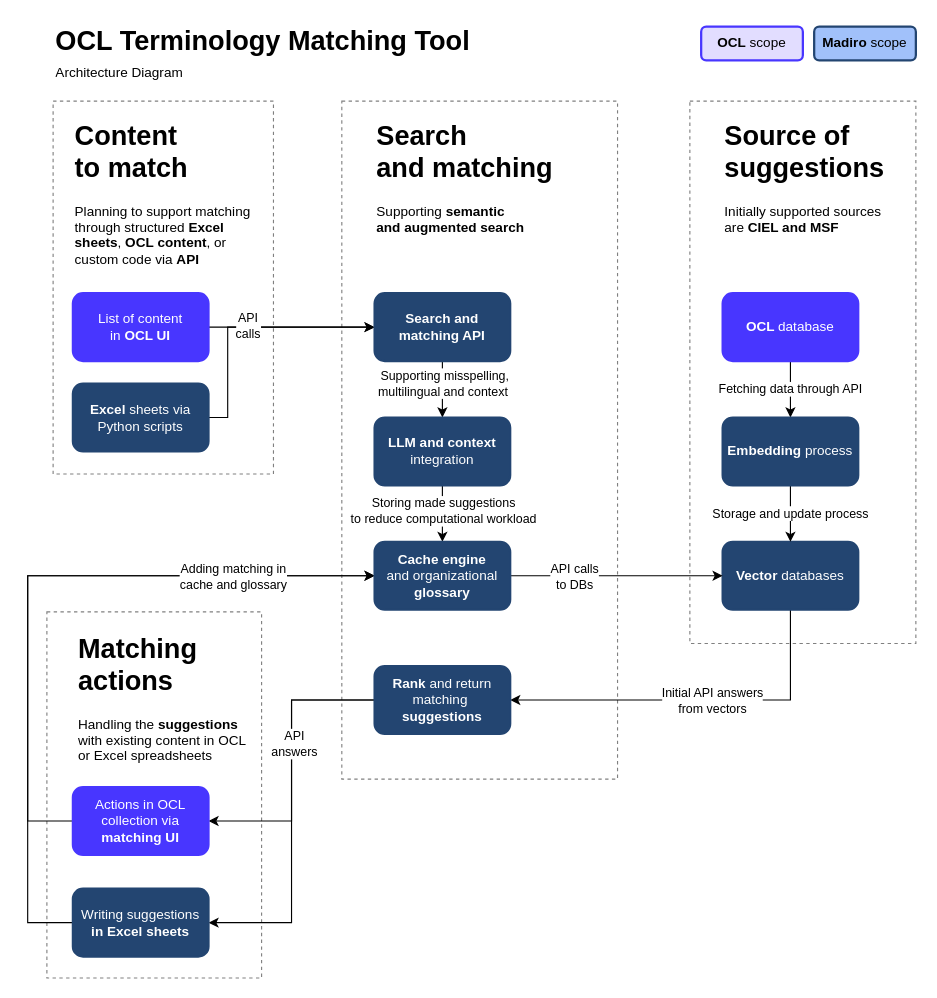
Above: TerminologyMatchingAI.drawio in michaelbontyes/diagrams (draw.io), before the change. Source tidied: cells renumbered, new cells numbered last; positions are measured from the earlier drawing's top-left corner, leaving out a move shared by most shapes. Both pictures are drawn from the tidied source at 113%, with x=0, y=0 at pixel (27, 19).
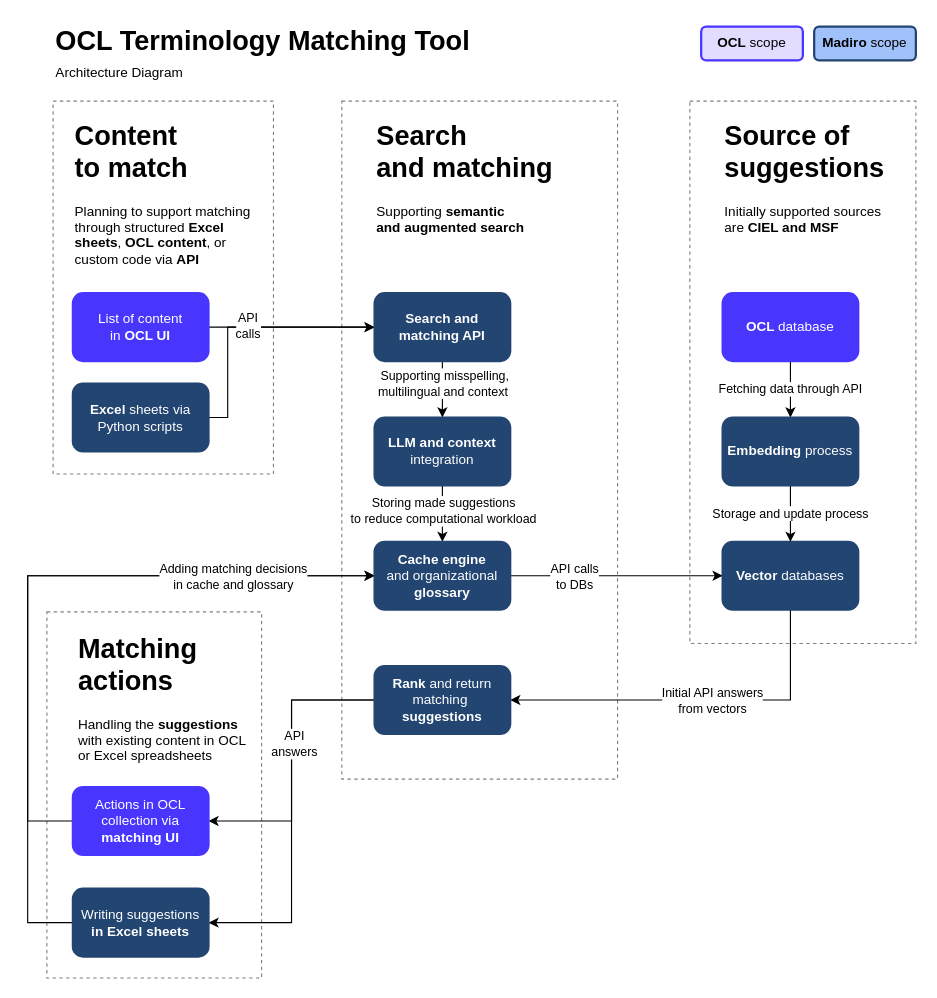
The same page after the edit.

The change refers to these unchanged cells:
```xml
<mxCell id="37" style="edgeStyle=orthogonalEdgeStyle;rounded=0;jettySize=auto;html=1;exitX=0;exitY=0.5;exitDx=0;exitDy=0;entryX=0;entryY=0.5;entryDx=0;entryDy=0;" parent="1" edge="1" source="39" target="42">
  <mxGeometry relative="1" as="geometry">
    <Array as="points">
      <mxPoint y="799" />
      <mxPoint y="492" />
    </Array>
  </mxGeometry>
</mxCell>
```

The edit, as a diff of the source:
```diff
@@
-    <mxCell id="38" value="Adding matching in &lt;br&gt;cache and glossary" style="edgeLabel;html=1;align=center;verticalAlign=middle;" parent="37" vertex="1">
+    <mxCell id="38" value="Adding matching decisions&lt;br&gt;in&amp;nbsp;cache and glossary" style="edgeLabel;html=1;align=center;verticalAlign=middle;" parent="37" vertex="1">
       <mxGeometry x="0.7" relative="1" as="geometry">
         <mxPoint x="-28" as="offset" />
       </mxGeometry>
     </mxCell>
```
